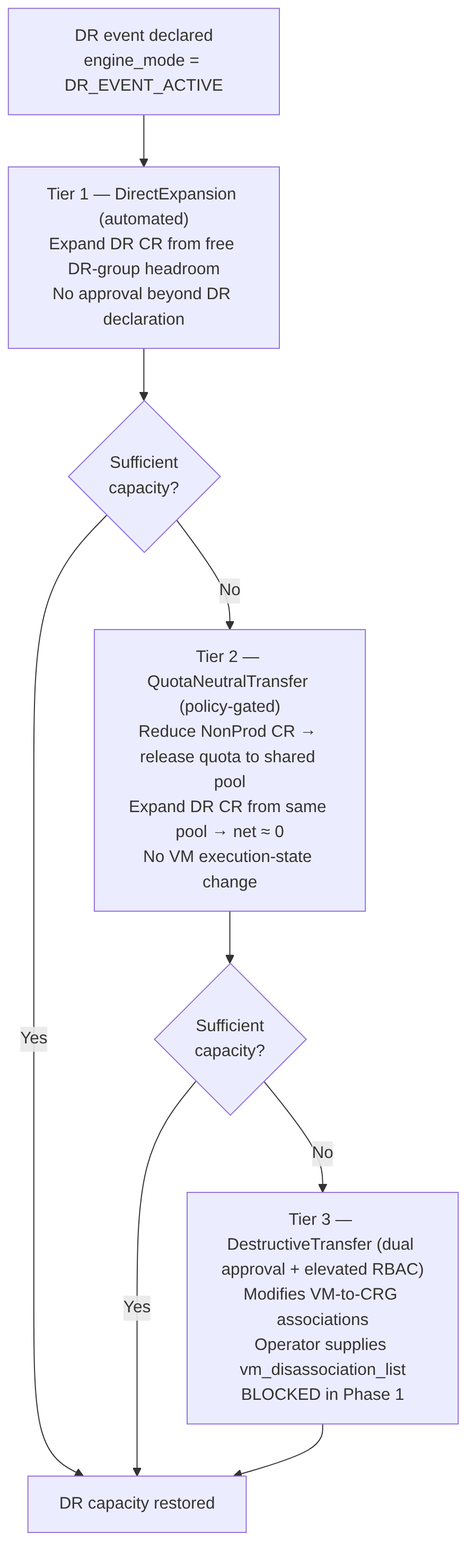
Above: docs/adr/diagrams/adr003_transfer_tiers.png in vishnu4573/acrme-capacity-reservation (Mermaid), before the change. Its source is kept beside it as docs/adr/diagrams/adr003_transfer_tiers.mmd.
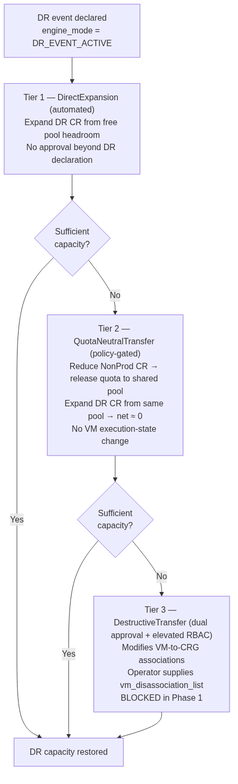
The same diagram one commit later.

The edit, as a diff of the source:
```diff
@@ -1,6 +1,6 @@
 flowchart TD
     DECL[DR event declared<br/>engine_mode = DR_EVENT_ACTIVE] --> T1
-    T1["Tier 1 — DirectExpansion (automated)<br/>Expand DR CR from free DR-group headroom<br/>No approval beyond DR declaration"]
+    T1["Tier 1 — DirectExpansion (automated)<br/>Expand DR CR from free pool headroom<br/>No approval beyond DR declaration"]
     T1 --> Q1{Sufficient<br/>capacity?}
     Q1 -->|Yes| DONE[DR capacity restored]
     Q1 -->|No| T2
```
